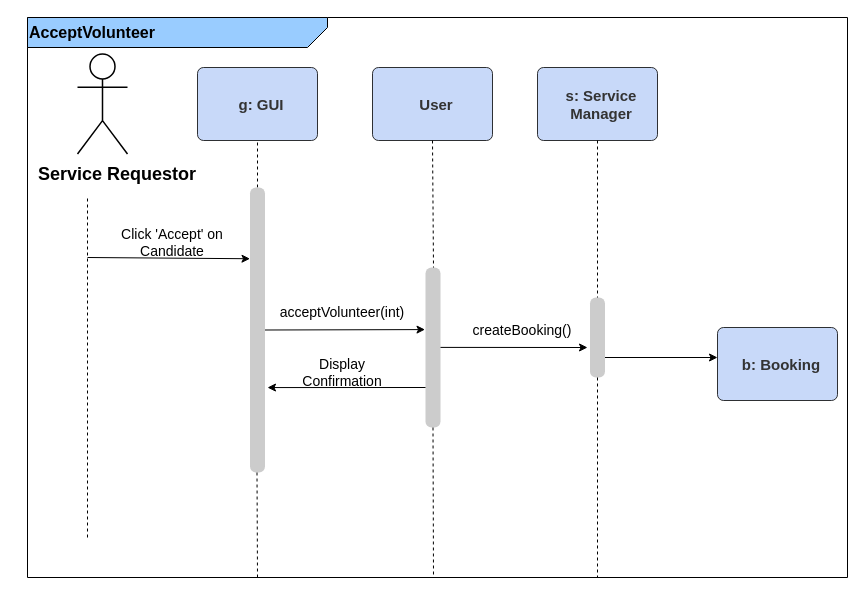
The draw.io diagram seqdiagram2.drawio in willdonlan8/hello-world, before the edit. Source tidied: cells renumbered, new cells numbered last; positions are measured from the earlier drawing's top-left corner, leaving out a move shared by most shapes. Both pictures are drawn from the tidied source at 100%, with x=0, y=0 at pixel (17, 17).
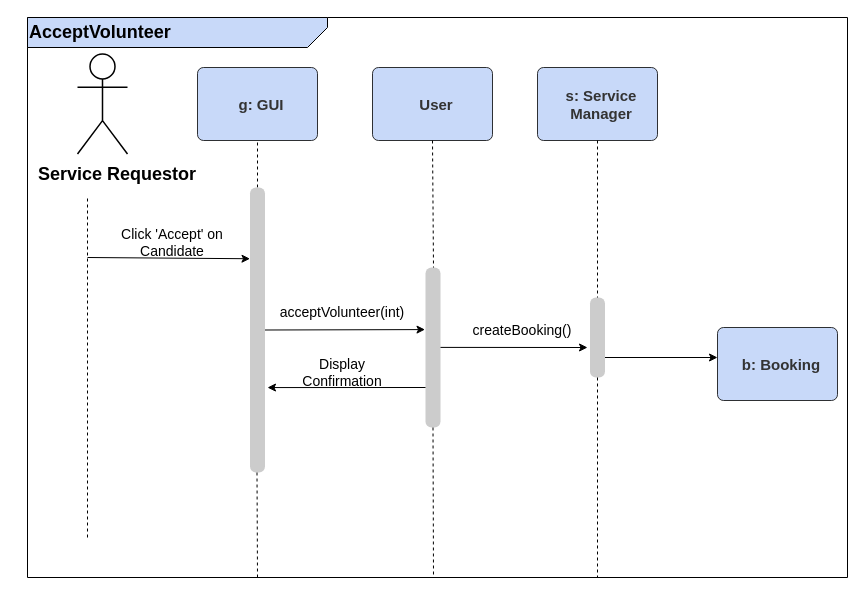
The same diagram, later.

What changed in the source:
```diff
@@
-    <mxCell id="3" value="&lt;font size=&quot;3&quot;&gt;&lt;b&gt;AcceptVolunteer&lt;/b&gt;&lt;/font&gt;" style="shape=card;whiteSpace=wrap;html=1;shadow=0;direction=north;size=20;flipH=1;fillColor=#99CCFF;align=left;" parent="1" vertex="1">
+    <mxCell id="3" value="&lt;font style=&quot;font-size: 18px&quot;&gt;&lt;b&gt;AcceptVolunteer&lt;/b&gt;&lt;/font&gt;" style="shape=card;whiteSpace=wrap;html=1;shadow=0;direction=north;size=20;flipH=1;fillColor=#C8D9F9;align=left;" parent="1" vertex="1">
       <mxGeometry x="10" width="300" height="30" as="geometry" />
     </mxCell>
```
